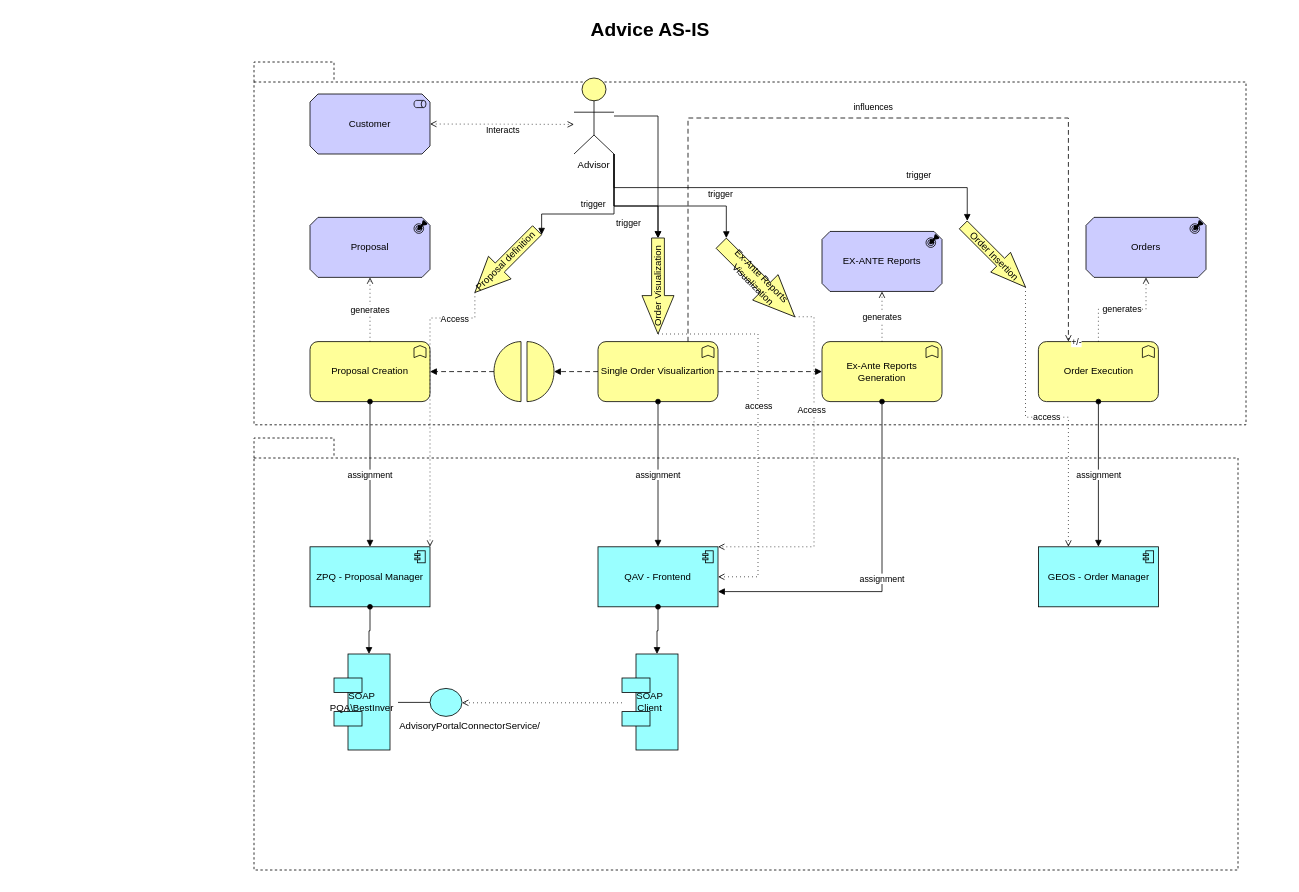
Before: desing/Untitled Diagram.drawio in marcogenovaunicredit/adv-ba-process, a draw.io diagram. Source tidied: cells renumbered, new cells numbered last; positions are measured from the earlier drawing's top-left corner, leaving out a move shared by most shapes. Both pictures are drawn from the tidied source at 80%, with x=0, y=0 at pixel (14, 14).
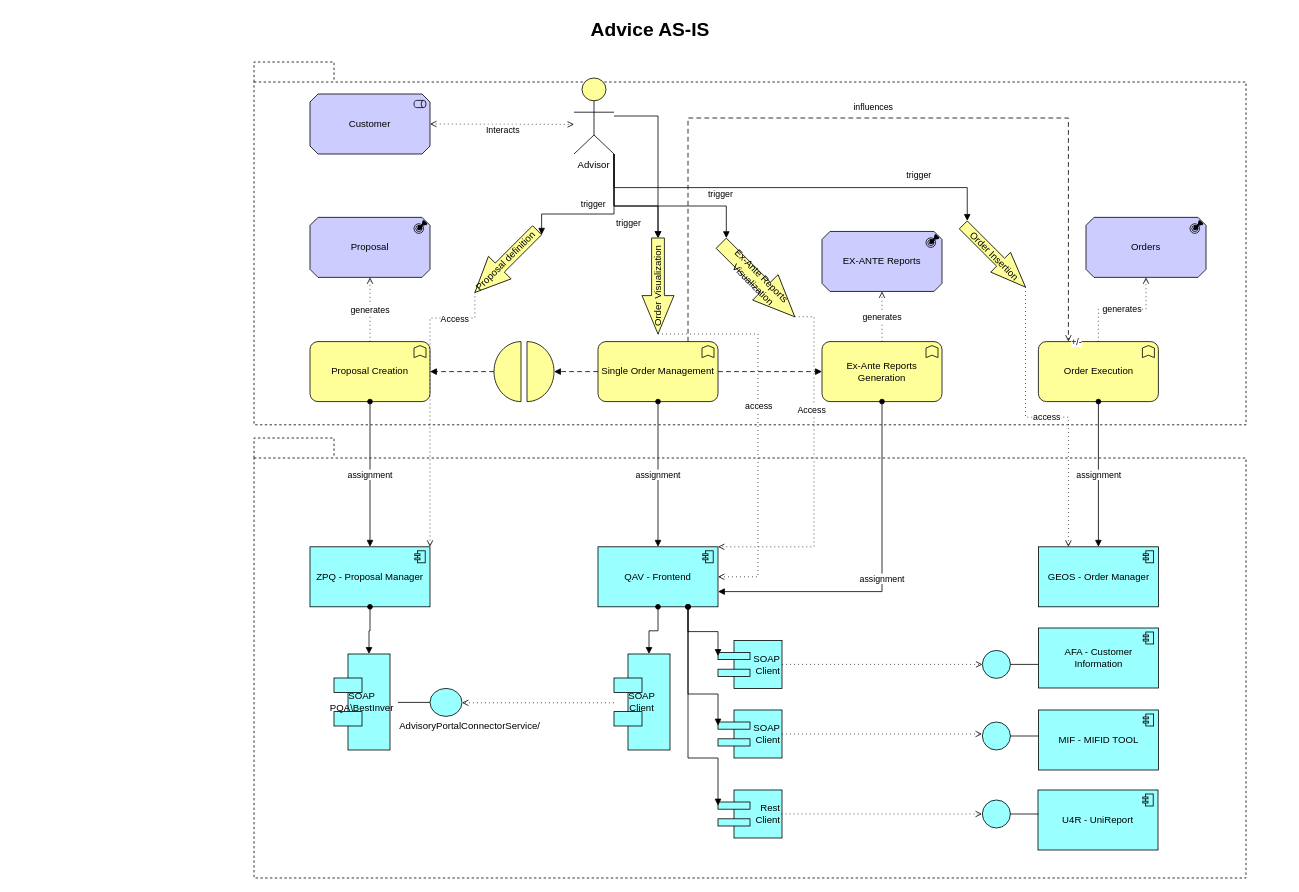
After the change.

Commit message:
Added the integration of QAV

The change refers to these unchanged cells:
```xml
<mxCell id="14" value="QAV - Frontend" style="html=1;outlineConnect=0;whiteSpace=wrap;fillColor=#99ffff;shape=mxgraph.archimate3.application;appType=comp;archiType=square;" parent="1" vertex="1">
  <mxGeometry x="730" y="666" width="150" height="75" as="geometry" />
</mxCell>
```

Diff of the diagram source:
```diff
@@
     <mxCell id="2" style="shape=folder;spacingTop=10;tabWidth=100;tabHeight=25;tabPosition=left;html=1;dashed=1;" parent="1" vertex="1">
-      <mxGeometry x="300" y="530" width="1230" height="540" as="geometry" />
+      <mxGeometry x="300" y="530" width="1240" height="550" as="geometry" />
     </mxCell>
@@
-    <mxCell id="7" value="Single Order Visualizartion" style="html=1;outlineConnect=0;whiteSpace=wrap;fillColor=#ffff99;shape=mxgraph.archimate3.application;appType=func;archiType=rounded;" parent="1" vertex="1">
+    <mxCell id="7" value="Single Order Management" style="html=1;outlineConnect=0;whiteSpace=wrap;fillColor=#ffff99;shape=mxgraph.archimate3.application;appType=func;archiType=rounded;" parent="1" vertex="1">
       <mxGeometry x="730" y="409.5" width="150" height="75" as="geometry" />
     </mxCell>
@@
     <mxCell id="52" value="SOAP&lt;br&gt;Client" style="html=1;outlineConnect=0;whiteSpace=wrap;fillColor=#99ffff;shape=mxgraph.archimate3.component;" parent="1" vertex="1">
-      <mxGeometry x="760" y="800" width="70" height="120" as="geometry" />
+      <mxGeometry x="750" y="800" width="70" height="120" as="geometry" />
     </mxCell>
@@
+    <mxCell id="55" value="MIF - MIFID TOOL" style="html=1;whiteSpace=wrap;fillColor=#99ffff;shape=mxgraph.archimate3.application;appType=comp;archiType=square;" parent="1" vertex="1">
+      <mxGeometry x="1280.5" y="870" width="150" height="75" as="geometry" />
+    </mxCell>
+    <mxCell id="56" value="U4R - UniReport" style="html=1;whiteSpace=wrap;fillColor=#99ffff;shape=mxgraph.archimate3.application;appType=comp;archiType=square;" parent="1" vertex="1">
+      <mxGeometry x="1280" y="970" width="150" height="75" as="geometry" />
+    </mxCell>
+    <mxCell id="57" value="AFA - Customer Information" style="html=1;whiteSpace=wrap;fillColor=#99ffff;shape=mxgraph.archimate3.application;appType=comp;archiType=square;" parent="1" vertex="1">
+      <mxGeometry x="1280.5" y="767.5" width="150" height="75" as="geometry" />
+    </mxCell>
+    <mxCell id="58" value="SOAP&lt;br&gt;Client" style="html=1;outlineConnect=0;whiteSpace=wrap;fillColor=#99ffff;shape=mxgraph.archimate3.component;align=right;" parent="1" vertex="1">
+      <mxGeometry x="880" y="783" width="80" height="60" as="geometry" />
+    </mxCell>
+    <mxCell id="59" value="SOAP&lt;br&gt;Client" style="html=1;outlineConnect=0;whiteSpace=wrap;fillColor=#99ffff;shape=mxgraph.archimate3.component;align=right;" parent="1" vertex="1">
+      <mxGeometry x="880" y="870" width="80" height="60" as="geometry" />
+    </mxCell>
+    <mxCell id="60" value="Rest&lt;br&gt;Client" style="html=1;outlineConnect=0;whiteSpace=wrap;fillColor=#99ffff;shape=mxgraph.archimate3.component;align=right;" parent="1" vertex="1">
+      <mxGeometry x="880" y="970" width="80" height="60" as="geometry" />
+    </mxCell>
+    <mxCell id="61" style="endArrow=block;html=1;endFill=1;startArrow=oval;startFill=1;edgeStyle=elbowEdgeStyle;elbow=vertical;rounded=0;exitX=0.75;exitY=1;exitDx=0;exitDy=0;exitPerimeter=0;entryX=0;entryY=0.325;entryDx=0;entryDy=0;entryPerimeter=0;" parent="1" edge="1" source="14" target="58">
+      <mxGeometry relative="1" as="geometry" />
+    </mxCell>
+    <mxCell id="62" style="endArrow=block;html=1;endFill=1;startArrow=oval;startFill=1;edgeStyle=elbowEdgeStyle;elbow=vertical;rounded=0;exitX=0.75;exitY=1;exitDx=0;exitDy=0;exitPerimeter=0;entryX=0;entryY=0.325;entryDx=0;entryDy=0;entryPerimeter=0;" parent="1" edge="1" source="14" target="59">
+      <mxGeometry relative="1" as="geometry">
+        <Array as="points">
+          <mxPoint x="860" y="850" />
+        </Array>
+      </mxGeometry>
+    </mxCell>
+    <mxCell id="63" style="endArrow=block;html=1;endFill=1;startArrow=oval;startFill=1;edgeStyle=elbowEdgeStyle;elbow=vertical;rounded=0;exitX=0.75;exitY=1;exitDx=0;exitDy=0;exitPerimeter=0;entryX=0;entryY=0.325;entryDx=0;entryDy=0;entryPerimeter=0;" parent="1" edge="1" source="14" target="60">
+      <mxGeometry relative="1" as="geometry">
+        <Array as="points">
+          <mxPoint x="870" y="930" />
+        </Array>
+      </mxGeometry>
+    </mxCell>
+    <mxCell id="64" style="html=1;outlineConnect=0;whiteSpace=wrap;fillColor=#99ffff;shape=mxgraph.archimate3.interface;direction=west;" parent="1" vertex="1">
+      <mxGeometry x="1210.5" y="795.5" width="70" height="35" as="geometry" />
+    </mxCell>
+    <mxCell id="65" style="html=1;whiteSpace=wrap;fillColor=#99ffff;shape=mxgraph.archimate3.interface;direction=west;" parent="1" vertex="1">
+      <mxGeometry x="1210.5" y="885" width="70" height="35" as="geometry" />
+    </mxCell>
+    <mxCell id="66" style="html=1;whiteSpace=wrap;fillColor=#99ffff;shape=mxgraph.archimate3.interface;direction=west;" parent="1" vertex="1">
+      <mxGeometry x="1210.5" y="982.5" width="70" height="35" as="geometry" />
+    </mxCell>
+    <mxCell id="67" style="edgeStyle=elbowEdgeStyle;html=1;endArrow=open;elbow=vertical;endFill=0;dashed=1;dashPattern=1 4;rounded=0;entryX=1;entryY=0.5;entryDx=0;entryDy=0;entryPerimeter=0;exitX=1;exitY=0.5;exitDx=0;exitDy=0;exitPerimeter=0;" parent="1" edge="1" source="58" target="64">
+      <mxGeometry relative="1" as="geometry" />
+    </mxCell>
+    <mxCell id="68" style="edgeStyle=elbowEdgeStyle;html=1;endArrow=open;elbow=vertical;endFill=0;dashed=1;dashPattern=1 4;rounded=0;exitX=1;exitY=0.5;exitDx=0;exitDy=0;exitPerimeter=0;" parent="1" edge="1" source="59">
+      <mxGeometry relative="1" as="geometry">
+        <mxPoint x="1210" y="900" as="targetPoint" />
+      </mxGeometry>
+    </mxCell>
+    <mxCell id="69" style="edgeStyle=elbowEdgeStyle;html=1;endArrow=open;elbow=vertical;endFill=0;dashed=1;dashPattern=1 4;rounded=0;entryX=1;entryY=0.5;entryDx=0;entryDy=0;entryPerimeter=0;exitX=1;exitY=0.5;exitDx=0;exitDy=0;exitPerimeter=0;" parent="1" edge="1">
+      <mxGeometry relative="1" as="geometry">
+        <mxPoint x="959.5" y="999.9" as="sourcePoint" />
+        <mxPoint x="1210" y="999.9" as="targetPoint" />
+      </mxGeometry>
+    </mxCell>
```
